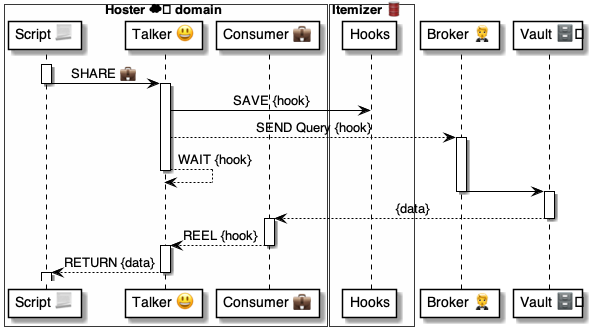
pollyweb-org/pollyweb-docs keeps this PlantUML diagram as 4 ⚙️ Solution/35 💬 Chats/😃 Talkers/😃⚙️ Talker cmds/...methods 🤵/SHARE 💼/💼 SHARE ⚙️ uml.png. Above is the earlier version. Its source is kept beside it as 4 ⚙️ Solution/35 💬 Chats/😃 Talkers/😃⚙️ Talker cmds/...methods 🤵/SHARE 💼/💼 SHARE ⚙️ uml.puml. Source of this version:
```plantuml
@startuml SHARE

box Hoster ☁️ domain #FFFFFA
    participant "Script 📃" as script
    participant "Talker 😃" as talker
    participant "Consumer 💼" as consumer
end box

box Itemizer 🛢  #FFFFFA
    participant "Hooks" as hooks
end box

participant "Broker 🤵" as broker
participant "Vault 🗄️" as vault

activate script
    script -> talker: SHARE 💼
deactivate script

activate talker
    talker -> hooks: SAVE {hook}
    talker --> broker: SEND Query {hook}
    activate broker
    talker --> talker: WAIT {hook}
deactivate talker

    broker -> vault:
    deactivate broker
    activate vault
        vault --> consumer: {data}
    deactivate vault

activate consumer
    consumer --> talker: REEL {hook}
deactivate consumer

activate talker
    talker --> script: RETURN {data}
deactivate talker

activate script
deactivate script

@enduml
```
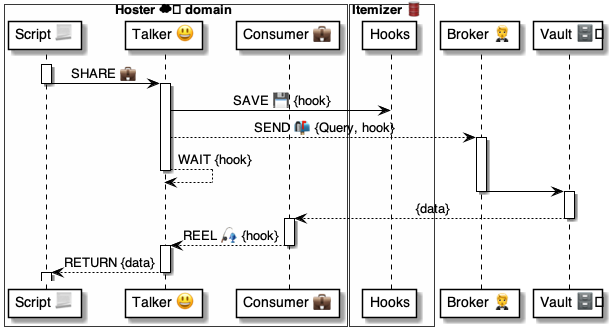
Above is the later version.

Diff of the diagram source:
```diff
@@ -18,8 +18,8 @@
 deactivate script
 
 activate talker
-    talker -> hooks: SAVE {hook}
-    talker --> broker: SEND Query {hook}
+    talker -> hooks: SAVE 💾 {hook}
+    talker --> broker: SEND 📬 {Query, hook}
     activate broker
     talker --> talker: WAIT {hook}
 deactivate talker
@@ -31,7 +31,7 @@
     deactivate vault
 
 activate consumer
-    consumer --> talker: REEL {hook}
+    consumer --> talker: REEL 🎣 {hook}
 deactivate consumer
 
 activate talker
```
